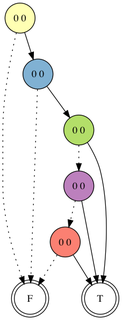
Above: OCaml/test.png in Bluescreen-Muc/BddApprox (Graphviz), before the change. Its source is kept beside it as OCaml/test.dot.
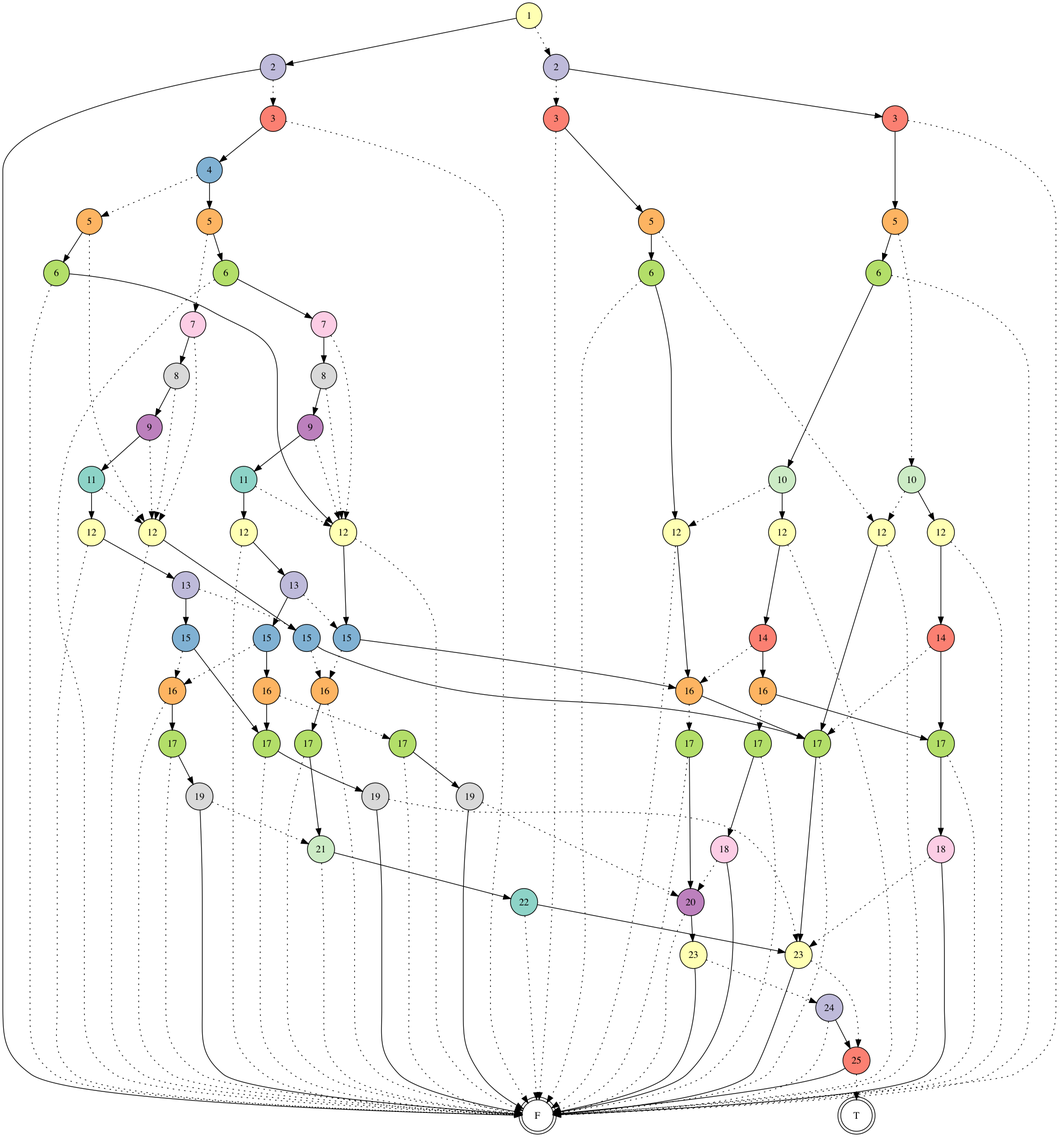
The same file after the commit.

The edit, as a diff of the source:
```diff
@@ -6,109 +6,277 @@
 		];
 {
 graph [rank=same];
-437105	[fillcolor=2, label="0 0", rank=1];
+4720	[fillcolor=2, label=1, rank=1];
 }
 {
 graph [rank=same];
-437104	[fillcolor=5, label="0 0", rank=2];
+4719	[fillcolor=3, label=2, rank=2];
+4699	[fillcolor=3, label=2, rank=2];
 }
 {
 graph [rank=same];
-437103	[fillcolor=7, label="0 0", rank=3];
+4718	[fillcolor=4, label=3, rank=3];
+4715	[fillcolor=4, label=3, rank=3];
+4698	[fillcolor=4, label=3, rank=3];
 }
 {
 graph [rank=same];
-437102	[fillcolor=8, label="0 0", rank=4];
+4697	[fillcolor=5, label=4, rank=4];
 }
 {
 graph [rank=same];
-437101	[fillcolor=9, label="0 0", rank=5];
-437095	[fillcolor=9, label="0 0", rank=5];
+4696	[fillcolor=6, label=5, rank=5];
+4717	[fillcolor=6, label=5, rank=5];
+4694	[fillcolor=6, label=5, rank=5];
+4714	[fillcolor=6, label=5, rank=5];
 }
 {
 graph [rank=same];
-437098	[fillcolor=10, label="0 0", rank=6];
-437094	[fillcolor=10, label="0 0", rank=6];
-437088	[fillcolor=10, label="0 0", rank=6];
+4695	[fillcolor=7, label=6, rank=6];
+4684	[fillcolor=7, label=6, rank=6];
+4716	[fillcolor=7, label=6, rank=6];
+4709	[fillcolor=7, label=6, rank=6];
 }
 {
 graph [rank=same];
-437087	[fillcolor=11, label="0 0", rank=7];
-437093	[fillcolor=11, label="0 0", rank=7];
-437097	[fillcolor=11, label="0 0", rank=7];
-437100	[fillcolor=11, label="0 0", rank=7];
+4683	[fillcolor=8, label=7, rank=7];
+4693	[fillcolor=8, label=7, rank=7];
 }
 {
 graph [rank=same];
-437091	[fillcolor=1, label="0 0", rank=8];
-437099	[fillcolor=1, label="0 0", rank=8];
-437092	[fillcolor=1, label="0 0", rank=8];
-437085	[fillcolor=1, label="0 0", rank=8];
-437086	[fillcolor=1, label="0 0", rank=8];
-437096	[fillcolor=1, label="0 0", rank=8];
+4692	[fillcolor=9, label=8, rank=8];
+4682	[fillcolor=9, label=8, rank=8];
 }
 {
 graph [rank=same];
-437090	[fillcolor=3, label="0 0", rank=9];
-437084	[fillcolor=3, label="0 0", rank=9];
+4681	[fillcolor=10, label=9, rank=9];
+4691	[fillcolor=10, label=9, rank=9];
 }
 {
 graph [rank=same];
-437083	[fillcolor=4, label="0 0", rank=10];
-437089	[fillcolor=4, label="0 0", rank=10];
+4708	[fillcolor=11, label=10, rank=10];
+4713	[fillcolor=11, label=10, rank=10];
 }
 {
 graph [rank=same];
-437082	[fillcolor=5, label="0 0", rank=11];
+4690	[fillcolor=1, label=11, rank=11];
+4680	[fillcolor=1, label=11, rank=11];
+}
+{
+graph [rank=same];
+4712	[fillcolor=2, label=12, rank=12];
+4679	[fillcolor=2, label=12, rank=12];
+4711	[fillcolor=2, label=12, rank=12];
+4678	[fillcolor=2, label=12, rank=12];
+4689	[fillcolor=2, label=12, rank=12];
+4688	[fillcolor=2, label=12, rank=12];
+4707	[fillcolor=2, label=12, rank=12];
+4706	[fillcolor=2, label=12, rank=12];
+}
+{
+graph [rank=same];
+4677	[fillcolor=3, label=13, rank=13];
+4687	[fillcolor=3, label=13, rank=13];
+}
+{
+graph [rank=same];
+4710	[fillcolor=4, label=14, rank=14];
+4705	[fillcolor=4, label=14, rank=14];
+}
+{
+graph [rank=same];
+4686	[fillcolor=5, label=15, rank=15];
+4685	[fillcolor=5, label=15, rank=15];
+4670	[fillcolor=5, label=15, rank=15];
+4676	[fillcolor=5, label=15, rank=15];
+}
+{
+graph [rank=same];
+4664	[fillcolor=6, label=16, rank=16];
+4704	[fillcolor=6, label=16, rank=16];
+4673	[fillcolor=6, label=16, rank=16];
+4675	[fillcolor=6, label=16, rank=16];
+4669	[fillcolor=6, label=16, rank=16];
+}
+{
+graph [rank=same];
+4658	[fillcolor=7, label=17, rank=17];
+4668	[fillcolor=7, label=17, rank=17];
+4701	[fillcolor=7, label=17, rank=17];
+4703	[fillcolor=7, label=17, rank=17];
+4663	[fillcolor=7, label=17, rank=17];
+4674	[fillcolor=7, label=17, rank=17];
+4671	[fillcolor=7, label=17, rank=17];
+4672	[fillcolor=7, label=17, rank=17];
+}
+{
+graph [rank=same];
+4700	[fillcolor=8, label=18, rank=18];
+4702	[fillcolor=8, label=18, rank=18];
+}
+{
+graph [rank=same];
+4657	[fillcolor=9, label=19, rank=19];
+4667	[fillcolor=9, label=19, rank=19];
+4662	[fillcolor=9, label=19, rank=19];
+}
+{
+graph [rank=same];
+4661	[fillcolor=10, label=20, rank=20];
+}
+{
+graph [rank=same];
+4666	[fillcolor=11, label=21, rank=21];
+}
+{
+graph [rank=same];
+4665	[fillcolor=1, label=22, rank=22];
+}
+{
+graph [rank=same];
+4660	[fillcolor=2, label=23, rank=23];
+4656	[fillcolor=2, label=23, rank=23];
+}
+{
+graph [rank=same];
+4659	[fillcolor=3, label=24, rank=24];
+}
+{
+graph [rank=same];
+4655	[fillcolor=4, label=25, rank=25];
 }
 0	 [fillcolor=White, label=F, rank=None, shape=doublecircle];
 1	 [fillcolor=White, label=T, rank=None, shape=doublecircle];
-437096 -> 437084 		[style=dotted];
-437096 -> 437082
-437088 -> 437087 		[style=dotted];
-437088 -> 1
-437100 -> 0 		[style=dotted];
-437100 -> 437099
-437094 -> 437093 		[style=dotted];
-437094 -> 1
-437103 -> 1 		[style=dotted];
-437103 -> 437102
-437086 -> 437082 		[style=dotted];
-437086 -> 1
-437097 -> 437082 		[style=dotted];
-437097 -> 437096
-437089 -> 1 		[style=dotted];
-437089 -> 0
-437102 -> 437101 		[style=dotted];
-437102 -> 437095
-437084 -> 1 		[style=dotted];
-437084 -> 437083
-437082 -> 0 		[style=dotted];
-437082 -> 1
-437104 -> 437103 		[style=dotted];
-437104 -> 1
-437093 -> 437092 		[style=dotted];
-437093 -> 437091
-437090 -> 1 		[style=dotted];
-437090 -> 437089
-437087 -> 437086 		[style=dotted];
-437087 -> 437085
-437085 -> 437084 		[style=dotted];
-437085 -> 1
-437098 -> 437097 		[style=dotted];
-437098 -> 1
-437092 -> 0 		[style=dotted];
-437092 -> 1
-437099 -> 437090 		[style=dotted];
-437099 -> 0
-437095 -> 437094 		[style=dotted];
-437095 -> 437088
-437091 -> 437090 		[style=dotted];
-437091 -> 1
-437105 -> 437104 		[style=dotted];
-437105 -> 1
-437101 -> 437100 		[style=dotted];
-437101 -> 437098
-437083 -> 1 		[style=dotted];
-437083 -> 437082
+4713 -> 4712 		[style=dotted];
+4713 -> 4711
+4666 -> 0 		[style=dotted];
+4666 -> 4665
+4687 -> 4686 		[style=dotted];
+4687 -> 4685
+4705 -> 4673 		[style=dotted];
+4705 -> 4704
+4709 -> 0 		[style=dotted];
+4709 -> 4708
+4697 -> 4696 		[style=dotted];
+4697 -> 4694
+4676 -> 4675 		[style=dotted];
+4676 -> 4673
+4669 -> 0 		[style=dotted];
+4669 -> 4668
+4693 -> 4689 		[style=dotted];
+4693 -> 4692
+4672 -> 0 		[style=dotted];
+4672 -> 4661
+4671 -> 0 		[style=dotted];
+4671 -> 4656
+4698 -> 0 		[style=dotted];
+4698 -> 4697
+4715 -> 0 		[style=dotted];
+4715 -> 4714
+4714 -> 4713 		[style=dotted];
+4714 -> 4709
+4708 -> 4707 		[style=dotted];
+4708 -> 4706
+4720 -> 4719 		[style=dotted];
+4720 -> 4699
+4682 -> 4679 		[style=dotted];
+4682 -> 4681
+4674 -> 0 		[style=dotted];
+4674 -> 4666
+4662 -> 4661 		[style=dotted];
+4662 -> 0
+4691 -> 4689 		[style=dotted];
+4691 -> 4690
+4706 -> 0 		[style=dotted];
+4706 -> 4705
+4694 -> 4693 		[style=dotted];
+4694 -> 4684
+4656 -> 4655 		[style=dotted];
+4656 -> 0
+4710 -> 4671 		[style=dotted];
+4710 -> 4701
+4667 -> 4666 		[style=dotted];
+4667 -> 0
+4683 -> 4679 		[style=dotted];
+4683 -> 4682
+4717 -> 4712 		[style=dotted];
+4717 -> 4716
+4675 -> 0 		[style=dotted];
+4675 -> 4674
+4696 -> 4689 		[style=dotted];
+4696 -> 4695
+4718 -> 0 		[style=dotted];
+4718 -> 4717
+4702 -> 4661 		[style=dotted];
+4702 -> 0
+4663 -> 0 		[style=dotted];
+4663 -> 4662
+4699 -> 4698 		[style=dotted];
+4699 -> 0
+4655 -> 1 		[style=dotted];
+4655 -> 0
+4681 -> 4679 		[style=dotted];
+4681 -> 4680
+4657 -> 4656 		[style=dotted];
+4657 -> 0
+4692 -> 4689 		[style=dotted];
+4692 -> 4691
+4707 -> 0 		[style=dotted];
+4707 -> 4673
+4688 -> 0 		[style=dotted];
+4688 -> 4687
+4660 -> 4659 		[style=dotted];
+4660 -> 0
+4673 -> 4672 		[style=dotted];
+4673 -> 4671
+4703 -> 0 		[style=dotted];
+4703 -> 4702
+4704 -> 4703 		[style=dotted];
+4704 -> 4701
+4716 -> 0 		[style=dotted];
+4716 -> 4707
+4689 -> 0 		[style=dotted];
+4689 -> 4686
+4670 -> 4669 		[style=dotted];
+4670 -> 4664
+4701 -> 0 		[style=dotted];
+4701 -> 4700
+4664 -> 4663 		[style=dotted];
+4664 -> 4658
+4719 -> 4718 		[style=dotted];
+4719 -> 4715
+4678 -> 0 		[style=dotted];
+4678 -> 4677
+4677 -> 4676 		[style=dotted];
+4677 -> 4670
+4684 -> 0 		[style=dotted];
+4684 -> 4683
+4711 -> 0 		[style=dotted];
+4711 -> 4710
+4679 -> 0 		[style=dotted];
+4679 -> 4676
+4668 -> 0 		[style=dotted];
+4668 -> 4667
+4712 -> 0 		[style=dotted];
+4712 -> 4671
+4685 -> 4669 		[style=dotted];
+4685 -> 4658
+4661 -> 0 		[style=dotted];
+4661 -> 4660
+4680 -> 4679 		[style=dotted];
+4680 -> 4678
+4658 -> 0 		[style=dotted];
+4658 -> 4657
+4695 -> 0 		[style=dotted];
+4695 -> 4679
+4686 -> 4675 		[style=dotted];
+4686 -> 4671
+4700 -> 4656 		[style=dotted];
+4700 -> 0
+4690 -> 4689 		[style=dotted];
+4690 -> 4688
+4659 -> 0 		[style=dotted];
+4659 -> 4655
+4665 -> 0 		[style=dotted];
+4665 -> 4656
 }
```
